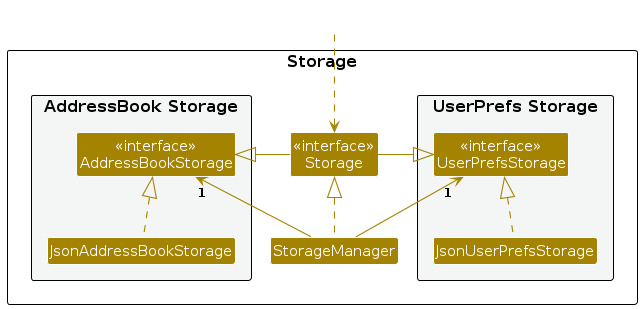
Above: diagrams/StorageClassDiagram.png in AY2324S2-CS2103T-W12-3/tp (PlantUML), before the change. Its source is kept beside it as diagrams/StorageClassDiagram.puml.
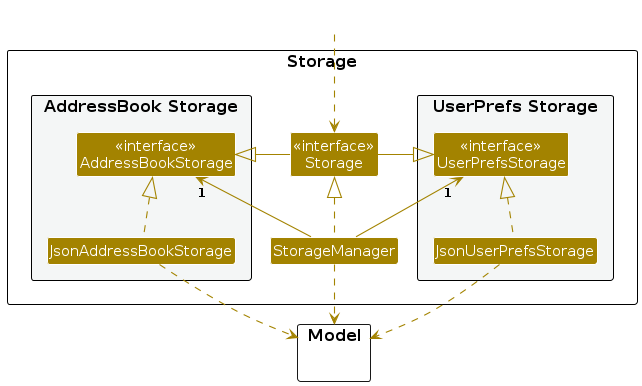
Later version of the same file.

What changed in the source:
```diff
@@ -3,6 +3,9 @@
 skinparam arrowThickness 1.1
 skinparam arrowColor STORAGE_COLOR
 skinparam classBackgroundColor STORAGE_COLOR
+
+package Model {
+}
 
 package Storage as StoragePackage {
 
@@ -34,4 +37,8 @@
 JsonUserPrefsStorage .up.|> UserPrefsStorage
 JsonAddressBookStorage .up.|> AddressBookStorage
 
+JsonAddressBookStorage ..> Model
+StorageManager ..> Model
+JsonUserPrefsStorage ..> Model
+
 @enduml
```
